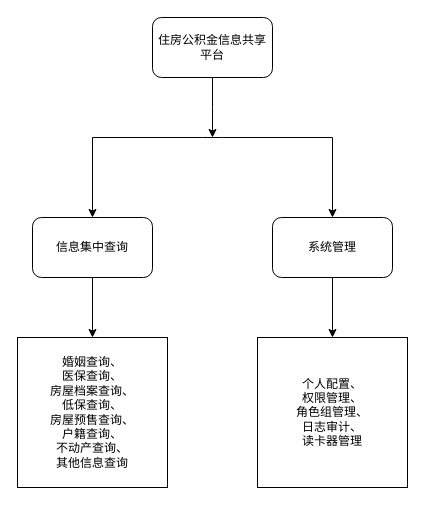
SethLi8/Handsome_SethLi keeps this draw.io diagram as pic01.drawio. Above is the earlier version. Source tidied: cells renumbered, new cells numbered last; positions are measured from the earlier drawing's top-left corner, leaving out a move shared by most shapes. Both pictures are drawn from the tidied source at 100%, with x=0, y=0 at pixel (17, 17).
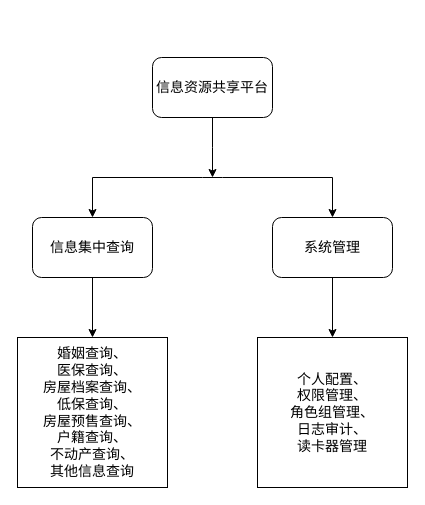
After the change.

What changed in the source:
```diff
@@
 <mxGraphModel>
   <root>
     <mxCell id="0" />
     <mxCell id="1" parent="0" />
     <mxCell id="2" style="edgeStyle=orthogonalEdgeStyle;rounded=0;jettySize=auto;html=1;exitX=0.5;exitY=1;exitDx=0;exitDy=0;" parent="1" edge="1" source="3">
       <mxGeometry relative="1" as="geometry">
-        <mxPoint x="195" y="120" as="targetPoint" />
+        <mxPoint x="195" y="160" as="targetPoint" />
       </mxGeometry>
     </mxCell>
-    <mxCell id="3" value="住房公积金信息共享平台" style="rounded=1;whiteSpace=wrap;html=1;" parent="1" vertex="1">
-      <mxGeometry x="135" width="120" height="60" as="geometry" />
+    <mxCell id="3" value="&lt;font style=&quot;font-size: 14px&quot;&gt;信息资源共享平台&lt;/font&gt;" style="rounded=1;whiteSpace=wrap;html=1;" parent="1" vertex="1">
+      <mxGeometry x="135" y="40" width="120" height="60" as="geometry" />
     </mxCell>
     <mxCell id="4" style="endArrow=none;html=1;" parent="1" edge="1">
       <mxGeometry relative="1" as="geometry">
-        <mxPoint x="75" y="120" as="sourcePoint" />
-        <mxPoint x="315" y="120" as="targetPoint" />
+        <mxPoint x="75" y="160" as="sourcePoint" />
+        <mxPoint x="315" y="160" as="targetPoint" />
         <Array as="points">
-          <mxPoint x="195" y="120" />
+          <mxPoint x="195" y="160" />
         </Array>
       </mxGeometry>
     </mxCell>
     <mxCell id="5" style="edgeStyle=orthogonalEdgeStyle;rounded=0;jettySize=auto;html=1;exitX=0.5;exitY=1;exitDx=0;exitDy=0;entryX=0.5;entryY=0;entryDx=0;entryDy=0;" parent="1" edge="1" source="6" target="10">
       <mxGeometry relative="1" as="geometry" />
     </mxCell>
-    <mxCell id="6" value="信息集中查询" style="rounded=1;whiteSpace=wrap;html=1;" parent="1" vertex="1">
-      <mxGeometry x="15" y="200" width="120" height="60" as="geometry" />
-    </mxCell>
-    <mxCell id="7" style="endArrow=classic;html=1;" parent="1" edge="1">
+    <mxCell id="7" style="endArrow=classic;html=1;" parent="1" edge="1" source="6">
       <mxGeometry relative="1" as="geometry">
-        <mxPoint x="75" y="120" as="sourcePoint" />
-        <mxPoint x="75" y="200" as="targetPoint" />
+        <mxPoint x="75" y="240" as="targetPoint" />
       </mxGeometry>
     </mxCell>
-    <mxCell id="8" style="endArrow=classic;html=1;" parent="1" edge="1">
-      <mxGeometry relative="1" as="geometry">
-        <mxPoint x="315" y="120" as="sourcePoint" />
-        <mxPoint x="315" y="200" as="targetPoint" />
-      </mxGeometry>
-    </mxCell>
-    <mxCell id="9" value="系统管理" style="rounded=1;whiteSpace=wrap;html=1;" parent="1" vertex="1">
+    <mxCell id="9" value="&lt;font style=&quot;font-size: 14px&quot;&gt;系统管理&lt;/font&gt;" style="rounded=1;whiteSpace=wrap;html=1;" parent="1" vertex="1">
       <mxGeometry x="255" y="200" width="120" height="60" as="geometry" />
     </mxCell>
-    <mxCell id="10" value="婚姻查询、&lt;br&gt;医保查询、&lt;br&gt;房屋档案查询、&lt;br&gt;低保查询、&lt;br&gt;房屋预售查询、&lt;br&gt;户籍查询、&lt;br&gt;不动产查询、&lt;br&gt;其他信息查询" style="whiteSpace=wrap;html=1;" parent="1" vertex="1">
+    <mxCell id="10" value="&lt;font style=&quot;font-size: 14px&quot;&gt;婚姻查询、&lt;br&gt;医保查询、&lt;br&gt;房屋档案查询、&lt;br&gt;低保查询、&lt;br&gt;房屋预售查询、&lt;br&gt;户籍查询、&lt;br&gt;不动产查询、&lt;br&gt;其他信息查询&lt;/font&gt;" style="whiteSpace=wrap;html=1;" parent="1" vertex="1">
       <mxGeometry y="320" width="150" height="150" as="geometry" />
     </mxCell>
-    <mxCell id="11" value="个人配置、&lt;br&gt;权限管理、&lt;br&gt;角色组管理、&lt;br&gt;日志审计、&lt;br&gt;读卡器管理" style="whiteSpace=wrap;html=1;" parent="1" vertex="1">
+    <mxCell id="11" value="&lt;font style=&quot;font-size: 14px&quot;&gt;个人配置、&lt;br&gt;权限管理、&lt;br&gt;角色组管理、&lt;br&gt;日志审计、&lt;br&gt;读卡器管理&lt;/font&gt;" style="whiteSpace=wrap;html=1;" parent="1" vertex="1">
       <mxGeometry x="240" y="320" width="150" height="150" as="geometry" />
     </mxCell>
     <mxCell id="12" style="endArrow=classic;html=1;exitX=0.5;exitY=1;exitDx=0;exitDy=0;entryX=0.5;entryY=0;entryDx=0;entryDy=0;" parent="1" edge="1" source="9" target="11">
       <mxGeometry relative="1" as="geometry" />
     </mxCell>
+    <mxCell id="6" value="&lt;font style=&quot;font-size: 14px&quot;&gt;信息集中查询&lt;/font&gt;" style="rounded=1;whiteSpace=wrap;html=1;" parent="1" vertex="1">
+      <mxGeometry x="15" y="200" width="120" height="60" as="geometry" />
+    </mxCell>
+    <mxCell id="13" style="endArrow=classic;html=1;" parent="1" edge="1" target="6">
+      <mxGeometry relative="1" as="geometry">
+        <mxPoint x="75" y="160" as="sourcePoint" />
+      </mxGeometry>
+    </mxCell>
+    <mxCell id="14" style="endArrow=classic;html=1;entryX=0.5;entryY=0;entryDx=0;entryDy=0;" parent="1" edge="1" target="9">
+      <mxGeometry relative="1" as="geometry">
+        <mxPoint x="315" y="160" as="sourcePoint" />
+      </mxGeometry>
+    </mxCell>
   </root>
 </mxGraphModel>
```
